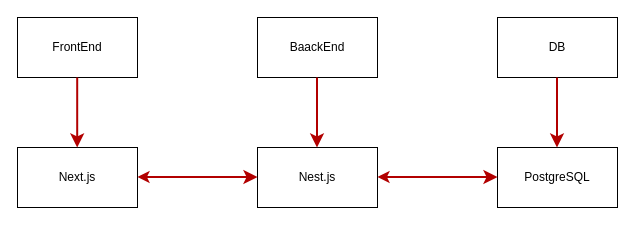
The draw.io diagram components.drawio in hyk4869/fullstack-kakeibo, before the edit. Source tidied: cells renumbered, new cells numbered last; positions are measured from the earlier drawing's top-left corner, leaving out a move shared by most shapes. Both pictures are drawn from the tidied source at 100%, with x=0, y=0 at pixel (17, 17).
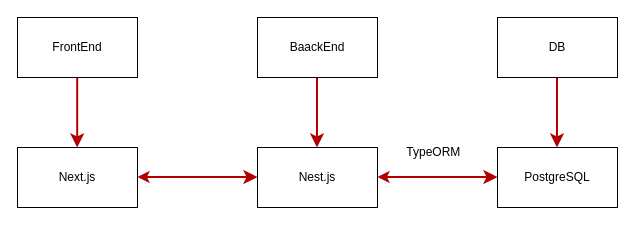
Above is the later version.

The edit, as a diff of the source:
```diff
@@
 <mxGraphModel>
   <root>
     <mxCell id="0" />
     <mxCell id="1" parent="0" />
     <mxCell id="2" value="FrontEnd" style="whiteSpace=wrap;html=1;" parent="1" vertex="1">
       <mxGeometry width="120" height="60" as="geometry" />
     </mxCell>
     <mxCell id="3" value="BaackEnd" style="whiteSpace=wrap;html=1;" parent="1" vertex="1">
       <mxGeometry x="240" width="120" height="60" as="geometry" />
     </mxCell>
     <mxCell id="4" value="PostgreSQL" style="whiteSpace=wrap;html=1;" parent="1" vertex="1">
       <mxGeometry x="480" y="130" width="120" height="60" as="geometry" />
     </mxCell>
     <mxCell id="5" value="Next.js" style="whiteSpace=wrap;html=1;" parent="1" vertex="1">
       <mxGeometry y="130" width="120" height="60" as="geometry" />
     </mxCell>
     <mxCell id="6" value="Nest.js" style="whiteSpace=wrap;html=1;" parent="1" vertex="1">
       <mxGeometry x="240" y="130" width="120" height="60" as="geometry" />
     </mxCell>
     <mxCell id="7" style="edgeStyle=none;orthogonalLoop=1;jettySize=auto;html=1;fillColor=#e51400;strokeColor=#B20000;endSize=8;strokeWidth=2;" parent="1" edge="1">
       <mxGeometry relative="1" as="geometry">
         <mxPoint x="59.7" y="60" as="sourcePoint" />
         <mxPoint x="59.7" y="130" as="targetPoint" />
       </mxGeometry>
     </mxCell>
     <mxCell id="8" style="edgeStyle=none;orthogonalLoop=1;jettySize=auto;html=1;fillColor=#e51400;strokeColor=#B20000;endSize=8;strokeWidth=2;" parent="1" edge="1">
       <mxGeometry relative="1" as="geometry">
         <mxPoint x="299.5" y="60" as="sourcePoint" />
         <mxPoint x="299.5" y="130" as="targetPoint" />
       </mxGeometry>
     </mxCell>
     <mxCell id="9" style="edgeStyle=none;orthogonalLoop=1;jettySize=auto;html=1;fillColor=#e51400;strokeColor=#B20000;endSize=8;strokeWidth=2;startArrow=classic;startFill=1;" parent="1" edge="1">
       <mxGeometry relative="1" as="geometry">
         <mxPoint x="120" y="159.5" as="sourcePoint" />
         <mxPoint x="240" y="159.5" as="targetPoint" />
       </mxGeometry>
     </mxCell>
     <mxCell id="10" style="edgeStyle=none;orthogonalLoop=1;jettySize=auto;html=1;fillColor=#e51400;strokeColor=#B20000;endSize=8;strokeWidth=2;startArrow=classic;startFill=1;" parent="1" edge="1">
       <mxGeometry relative="1" as="geometry">
         <mxPoint x="360" y="159.5" as="sourcePoint" />
         <mxPoint x="480" y="159.5" as="targetPoint" />
       </mxGeometry>
     </mxCell>
     <mxCell id="11" value="DB" style="whiteSpace=wrap;html=1;" parent="1" vertex="1">
       <mxGeometry x="480" width="120" height="60" as="geometry" />
     </mxCell>
     <mxCell id="12" style="edgeStyle=none;orthogonalLoop=1;jettySize=auto;html=1;fillColor=#e51400;strokeColor=#B20000;endSize=8;strokeWidth=2;" parent="1" edge="1">
       <mxGeometry relative="1" as="geometry">
         <mxPoint x="539.5" y="60" as="sourcePoint" />
         <mxPoint x="539.5" y="130" as="targetPoint" />
       </mxGeometry>
     </mxCell>
+    <mxCell id="13" value="TypeORM&amp;nbsp;" style="text;strokeColor=none;align=center;fillColor=none;html=1;verticalAlign=middle;whiteSpace=wrap;rounded=0;" parent="1" vertex="1">
+      <mxGeometry x="380" y="120" width="76" height="30" as="geometry" />
+    </mxCell>
   </root>
 </mxGraphModel>
```
